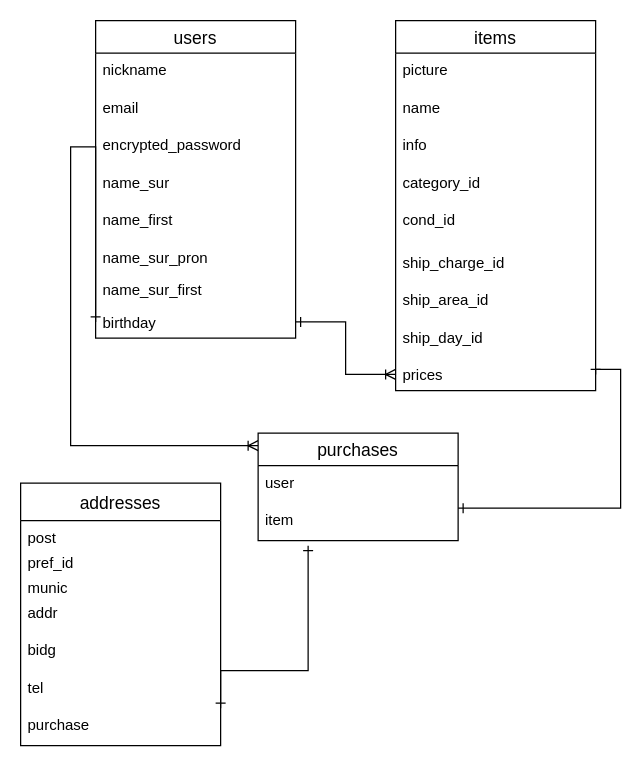
RikuTanioka/furima-36236 keeps this draw.io diagram as test.dio. Above is the earlier version. Source tidied: cells renumbered, new cells numbered last; positions are measured from the earlier drawing's top-left corner, leaving out a move shared by most shapes. Both pictures are drawn from the tidied source at 125%, with x=0, y=0 at pixel (20, 20).
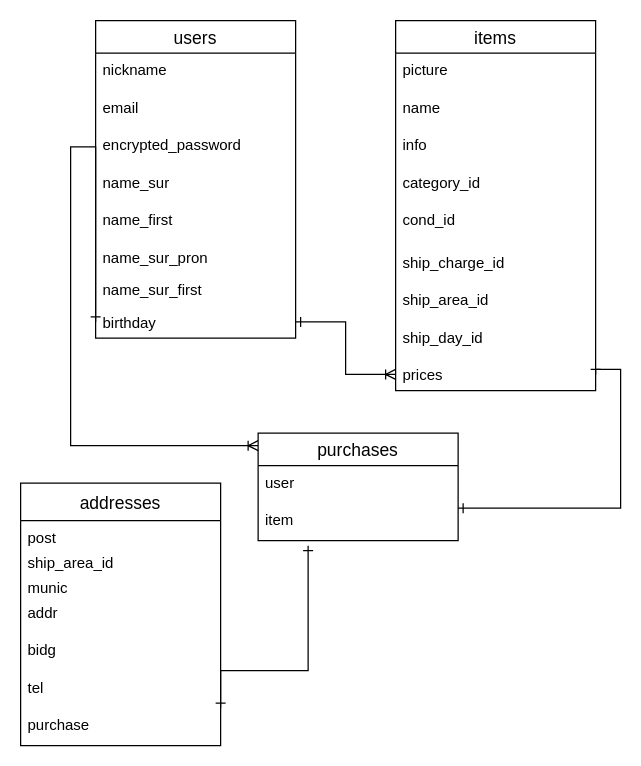
The same diagram, later.

Unchanged cells that the change refers to:
```xml
<mxCell id="25" value="addresses" style="swimlane;fontStyle=0;horizontal=1;startSize=30;align=center;fontSize=14;" parent="1" vertex="1">
  <mxGeometry y="370" width="160" height="210" as="geometry" />
</mxCell>
```

Change to the diagram source:
```diff
@@
-    <mxCell id="27" value="pref_id" style="text;strokeColor=none;fillColor=none;spacingLeft=4;spacingRight=4;overflow=hidden;fontSize=12;" parent="25" vertex="1">
+    <mxCell id="27" value="ship_area_id&#10;" style="text;strokeColor=none;fillColor=none;spacingLeft=4;spacingRight=4;overflow=hidden;fontSize=12;" parent="25" vertex="1">
       <mxGeometry y="50" width="160" height="20" as="geometry" />
     </mxCell>
```
